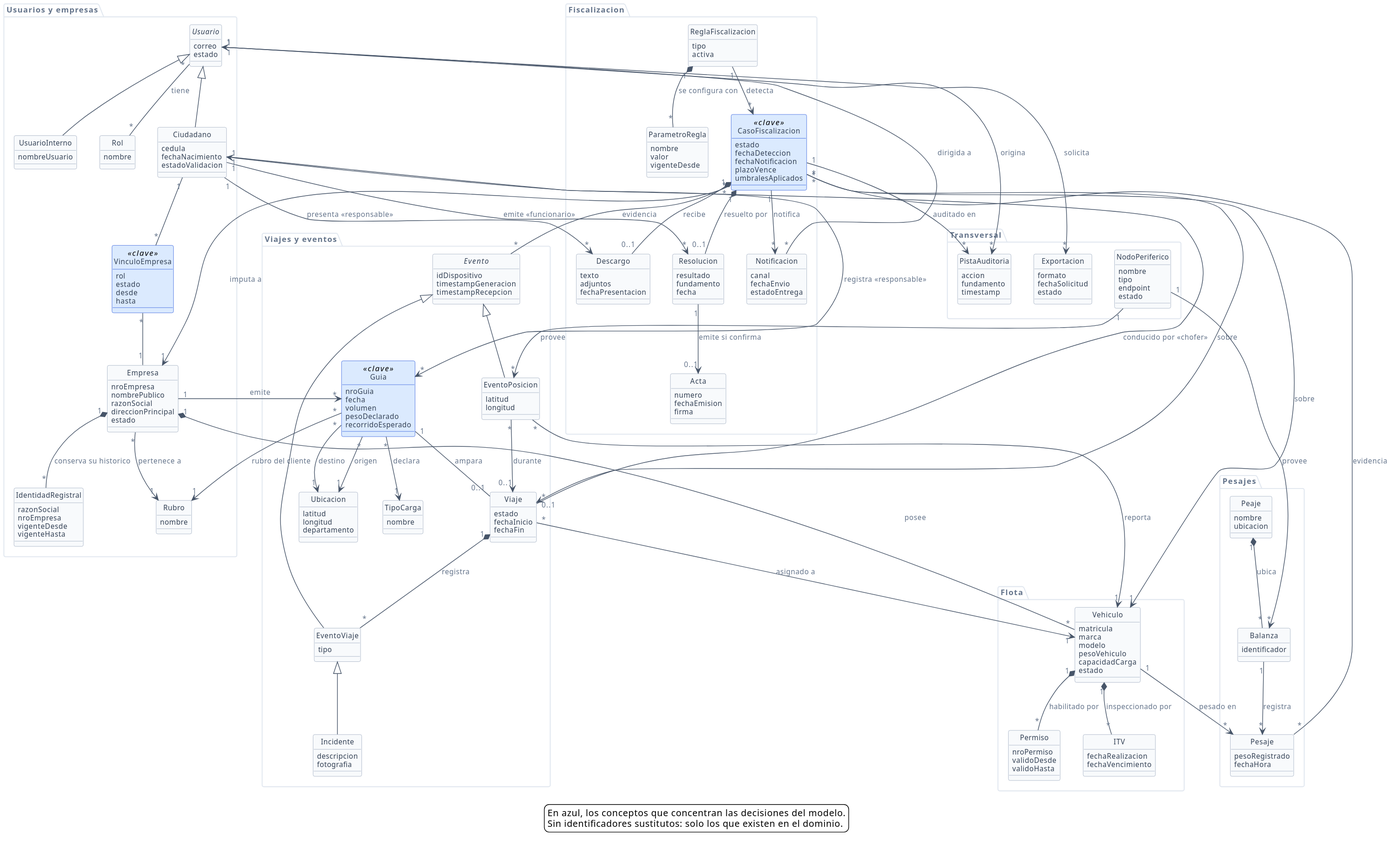
Above: modelo-conceptual.svg in LucasLazogue/use-cases (PlantUML), before the change.
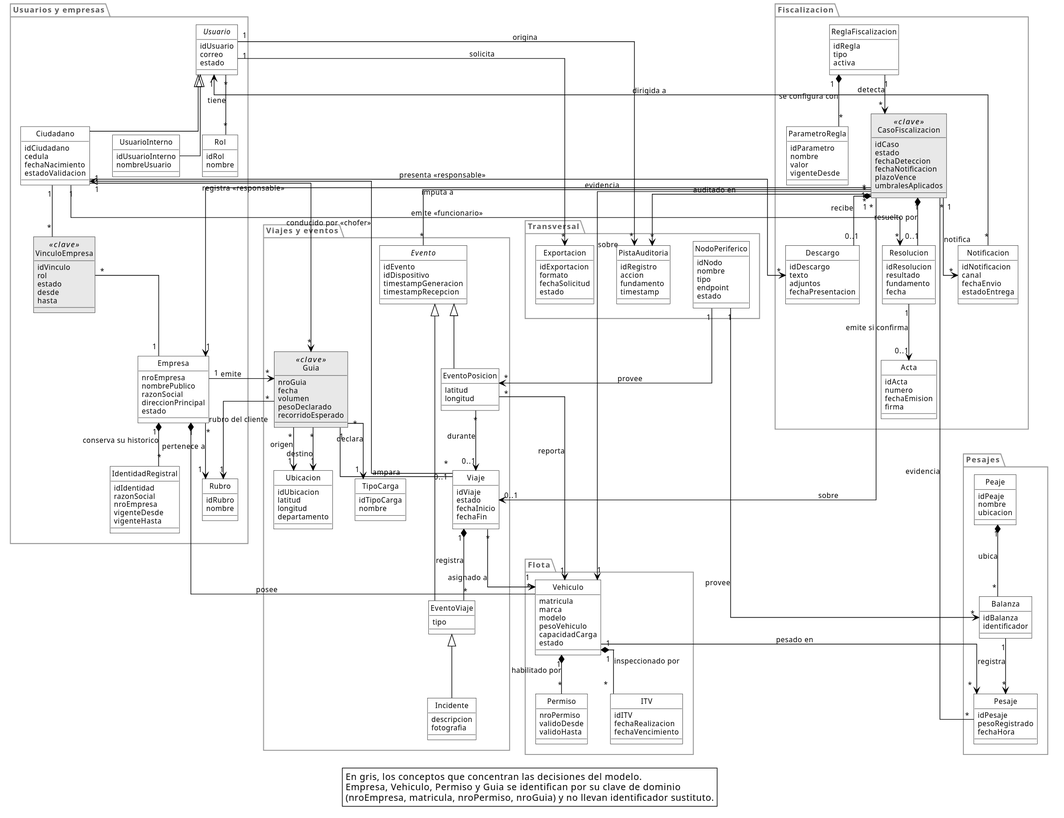
After the change.

What changed in the source:
```diff
@@ -2,51 +2,58 @@
 
 hide circle
 skinparam classAttributeIconSize 0
+skinparam linetype ortho
 skinparam backgroundColor #FFFFFF
 skinparam shadowing false
 skinparam defaultFontName "Segoe UI"
 skinparam defaultFontSize 12
-skinparam ArrowColor #475569
-skinparam ArrowFontColor #64748B
+skinparam roundcorner 0
+skinparam ArrowColor #000000
+skinparam ArrowFontColor #000000
 skinparam ArrowFontSize 11
 
 skinparam class {
-  BackgroundColor #F8FAFC
-  BorderColor #94A3B8
-  FontColor #1E293B
-  AttributeFontColor #334155
+  BackgroundColor #FFFFFF
+  BorderColor #000000
+  FontColor #000000
+  AttributeFontColor #000000
   AttributeFontSize 11
-  BackgroundColor<<clave>> #DBEAFE
-  BorderColor<<clave>> #1D4ED8
+  BackgroundColor<<clave>> #E8E8E8
+  BorderColor<<clave>> #000000
 }
 skinparam package {
-  BorderColor #E2E8F0
+  BorderColor #9A9A9A
   BackgroundColor #FFFFFF
-  FontColor #64748B
+  FontColor #5A5A5A
   FontSize 12
 }
 
 package "Usuarios y empresas" {
 
   abstract class Usuario {
+    idUsuario
     correo
     estado
   }
   class Ciudadano {
+    idCiudadano
     cedula
     fechaNacimiento
     estadoValidacion
   }
 
   class UsuarioInterno {
+    idUsuarioInterno
     nombreUsuario
   }
 
   class Rol {
+    idRol
     nombre
   }
 
   class VinculoEmpresa <<clave>> {
+    idVinculo
     rol
     estado
     desde
@@ -61,12 +68,14 @@
     estado
   }
   class IdentidadRegistral {
+    idIdentidad
     razonSocial
     nroEmpresa
     vigenteDesde
     vigenteHasta
   }
   class Rubro {
+    idRubro
     nombre
   }
 }
@@ -86,6 +95,7 @@
     validoHasta
   }
   class ITV {
+    idITV
     fechaRealizacion
     fechaVencimiento
   }
@@ -101,19 +111,23 @@
   }
 
   class Ubicacion {
+    idUbicacion
     latitud
     longitud
     departamento
   }
   class TipoCarga {
+    idTipoCarga
     nombre
   }
   class Viaje {
+    idViaje
     estado
     fechaInicio
     fechaFin
   }
   abstract class Evento {
+    idEvento
     idDispositivo
     timestampGeneracion
     timestampRecepcion
@@ -134,13 +148,16 @@
 
 package "Pesajes" {
   class Peaje {
+    idPeaje
     nombre
     ubicacion
   }
   class Balanza {
+    idBalanza
     identificador
   }
   class Pesaje {
+    idPesaje
     pesoRegistrado
     fechaHora
   }
@@ -148,16 +165,19 @@
 
 package "Fiscalizacion" {
   class ReglaFiscalizacion {
+    idRegla
     tipo
     activa
   }
   class ParametroRegla {
+    idParametro
     nombre
     valor
     vigenteDesde
   }
 
   class CasoFiscalizacion <<clave>> {
+    idCaso
     estado
     fechaDeteccion
     fechaNotificacion
@@ -166,21 +186,25 @@
   }
 
   class Descargo {
+    idDescargo
     texto
     adjuntos
     fechaPresentacion
   }
   class Resolucion {
+    idResolucion
     resultado
     fundamento
     fecha
   }
   class Acta {
+    idActa
     numero
     fechaEmision
     firma
   }
   class Notificacion {
+    idNotificacion
     canal
     fechaEnvio
     estadoEntrega
@@ -189,17 +213,20 @@
 
 package "Transversal" {
   class PistaAuditoria {
+    idRegistro
     accion
     fundamento
     timestamp
   }
 
   class Exportacion {
+    idExportacion
     formato
     fechaSolicitud
     estado
   }
   class NodoPeriferico {
+    idNodo
     nombre
     tipo
     endpoint
@@ -268,7 +295,8 @@
 NodoPeriferico "1" --> "*" EventoPosicion : provee
 
 legend bottom
-  En azul, los conceptos que concentran las decisiones del modelo.
-  Sin identificadores sustitutos: solo los que existen en el dominio.
+  En gris, los conceptos que concentran las decisiones del modelo.
+  Empresa, Vehiculo, Permiso y Guia se identifican por su clave de dominio
+  (nroEmpresa, matricula, nroPermiso, nroGuia) y no llevan identificador sustituto.
 endlegend
 @enduml
```
